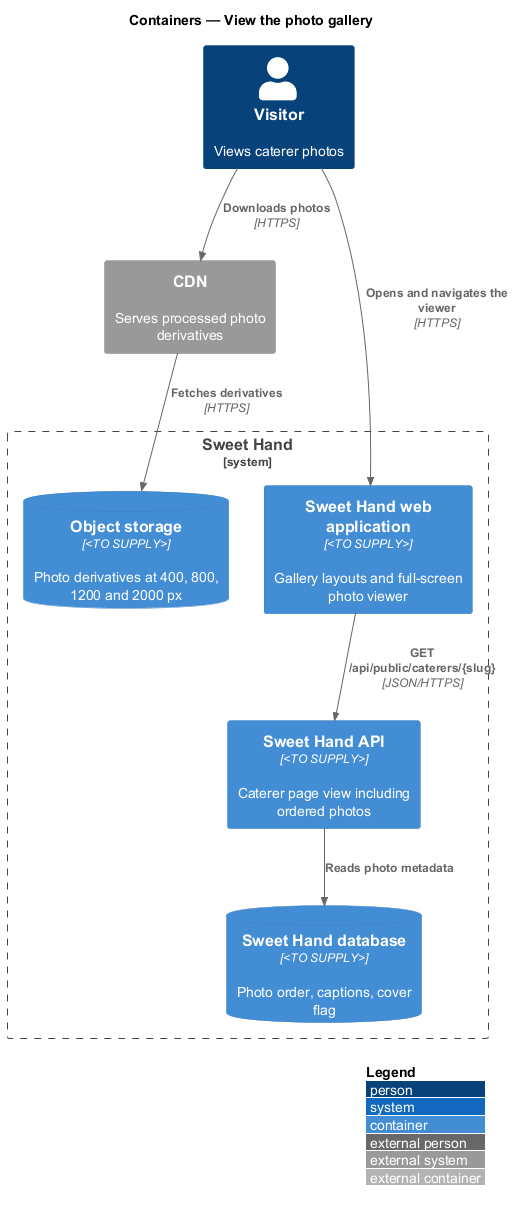
Before: docs/detailed-designs/discovery/view-photo-gallery/diagrams/c4-container.png, a diagram exported from PlantUML (QuinntyneBrown/sweet-hand).
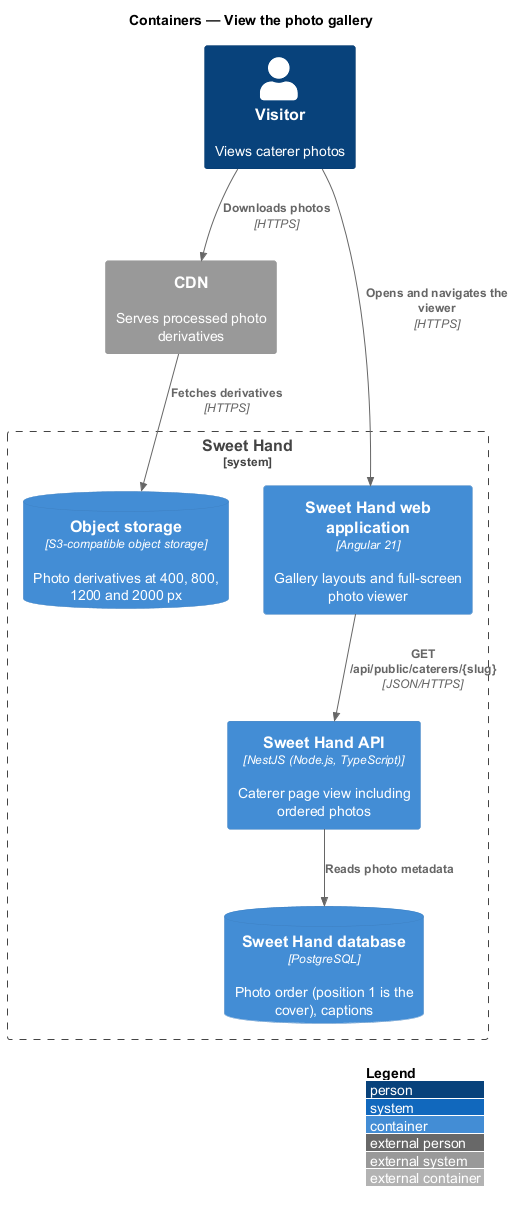
The same file after the commit.

Change to the diagram source:
```diff
@@ -6,10 +6,10 @@
 Person(visitor, "Visitor", "Views caterer photos")
 System_Ext(cdn, "CDN", "Serves processed photo derivatives")
 System_Boundary(sweethand, "Sweet Hand") {
-  Container(web, "Sweet Hand web application", "<TO SUPPLY>", "Gallery layouts and full-screen photo viewer")
-  Container(api, "Sweet Hand API", "<TO SUPPLY>", "Caterer page view including ordered photos")
-  ContainerDb(db, "Sweet Hand database", "<TO SUPPLY>", "Photo order, captions, cover flag")
-  ContainerDb(storage, "Object storage", "<TO SUPPLY>", "Photo derivatives at 400, 800, 1200 and 2000 px")
+  Container(web, "Sweet Hand web application", "Angular 21", "Gallery layouts and full-screen photo viewer")
+  Container(api, "Sweet Hand API", "NestJS (Node.js, TypeScript)", "Caterer page view including ordered photos")
+  ContainerDb(db, "Sweet Hand database", "PostgreSQL", "Photo order (position 1 is the cover), captions")
+  ContainerDb(storage, "Object storage", "S3-compatible object storage", "Photo derivatives at 400, 800, 1200 and 2000 px")
 }
 Rel(visitor, web, "Opens and navigates the viewer", "HTTPS")
 Rel(visitor, cdn, "Downloads photos", "HTTPS")
```
